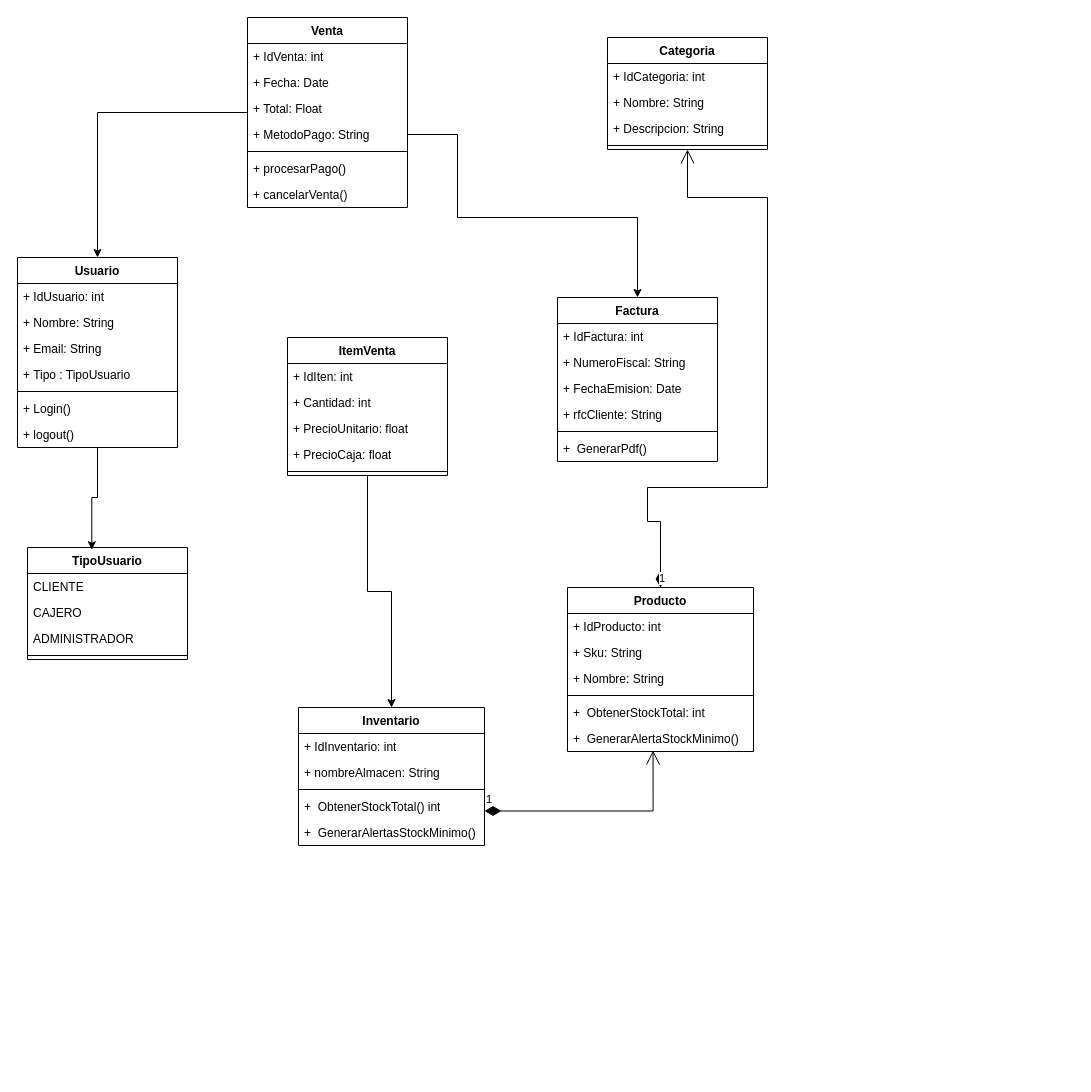
jeysonqa2001/expediente-arq-zuazo keeps this draw.io diagram as Diagrama completo/Diagrama_Tienda_Venta.drawio. Above is the earlier version. Source tidied: cells renumbered, new cells numbered last; positions are measured from the earlier drawing's top-left corner, leaving out a move shared by most shapes. Both pictures are drawn from the tidied source at 100%, with x=0, y=0 at pixel (17, 17).
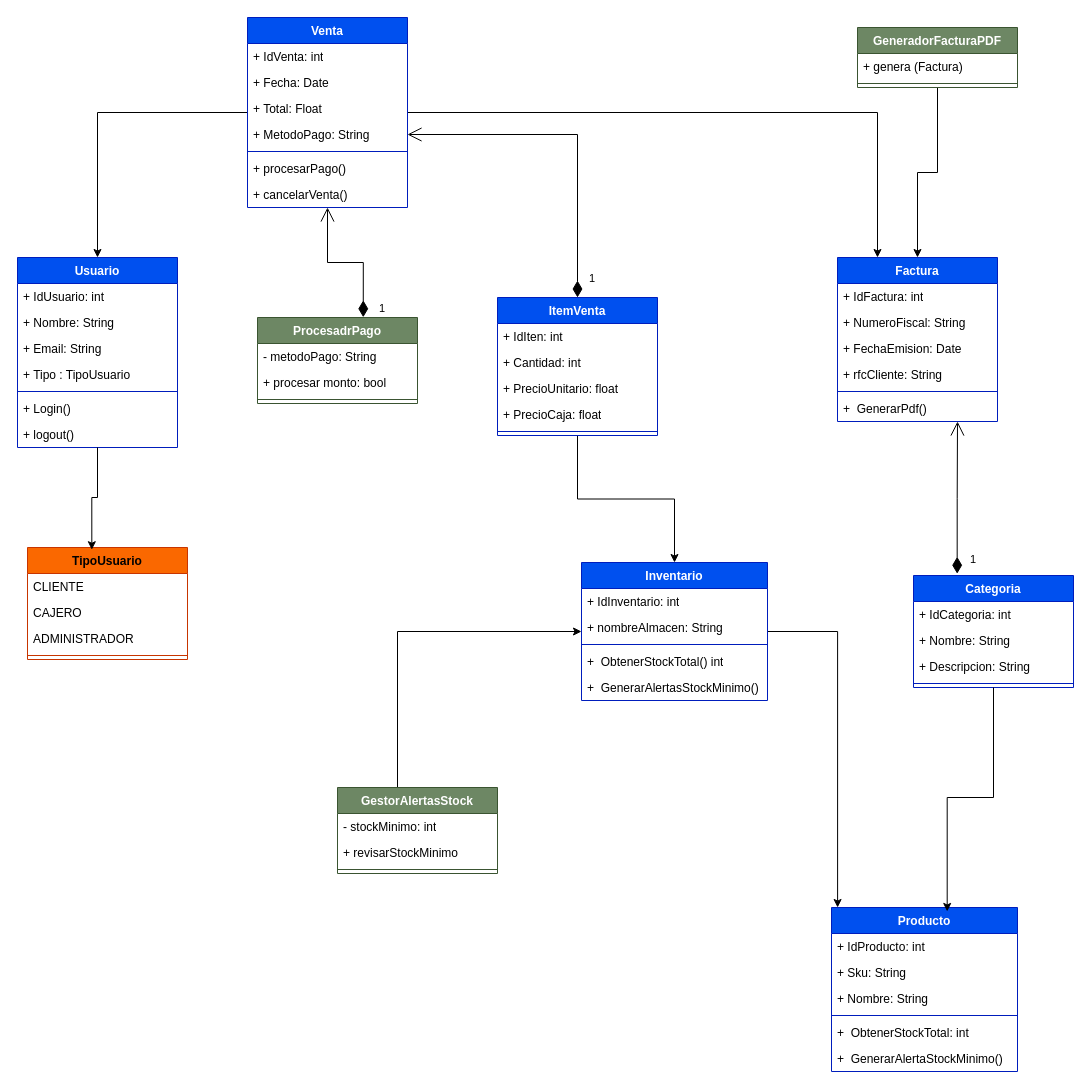
After the change.

Commit message:
Diagrama Completo, Se separo pago - alertas y generacion de pdf

The change refers to these unchanged cells:
```xml
<mxCell id="7" value="+ MetodoPago: String" style="text;strokeColor=none;fillColor=none;align=left;verticalAlign=top;spacingLeft=4;spacingRight=4;overflow=hidden;points=[[0,0.5],[1,0.5]];portConstraint=eastwest;whiteSpace=wrap;html=1;" parent="3" vertex="1">
  <mxGeometry y="104" width="160" height="26" as="geometry" />
</mxCell>
<mxCell id="50" value="+&amp;nbsp; GenerarAlertaStockMinimo()" style="text;strokeColor=none;fillColor=none;align=left;verticalAlign=top;spacingLeft=4;spacingRight=4;overflow=hidden;points=[[0,0.5],[1,0.5]];portConstraint=eastwest;whiteSpace=wrap;html=1;" parent="44" vertex="1">
  <mxGeometry y="138" width="186" height="26" as="geometry" />
</mxCell>
```

What changed in the source:
```diff
@@
+    <mxCell id="60" style="edgeStyle=orthogonalEdgeStyle;rounded=0;jettySize=auto;html=1;entryX=0.25;entryY=0;entryDx=0;entryDy=0;" parent="1" edge="1" source="3" target="31">
+      <mxGeometry relative="1" as="geometry" />
+    </mxCell>
-    <mxCell id="3" value="Venta" style="swimlane;fontStyle=1;align=center;verticalAlign=top;horizontal=1;startSize=26;whiteSpace=wrap;html=1;" parent="1" vertex="1">
+    <mxCell id="3" value="Venta" style="swimlane;fontStyle=1;align=center;verticalAlign=top;horizontal=1;startSize=26;whiteSpace=wrap;html=1;fillColor=#0050ef;fontColor=#ffffff;strokeColor=#001DBC;" parent="1" vertex="1">
       <mxGeometry x="230" width="160" height="190" as="geometry" />
     </mxCell>
@@
-    <mxCell id="11" value="Usuario" style="swimlane;fontStyle=1;align=center;verticalAlign=top;horizontal=1;startSize=26;whiteSpace=wrap;html=1;" parent="1" vertex="1">
+    <mxCell id="11" value="Usuario" style="swimlane;fontStyle=1;align=center;verticalAlign=top;horizontal=1;startSize=26;whiteSpace=wrap;html=1;fillColor=#0050ef;fontColor=#ffffff;strokeColor=#001DBC;" parent="1" vertex="1">
       <mxGeometry y="240" width="160" height="190" as="geometry" />
     </mxCell>
@@
-    <mxCell id="19" value="TipoUsuario" style="swimlane;fontStyle=1;align=center;verticalAlign=top;horizontal=1;startSize=26;whiteSpace=wrap;html=1;" parent="1" vertex="1">
+    <mxCell id="19" value="TipoUsuario" style="swimlane;fontStyle=1;align=center;verticalAlign=top;horizontal=1;startSize=26;whiteSpace=wrap;html=1;fillColor=#fa6800;fontColor=#000000;strokeColor=#C73500;" parent="1" vertex="1">
       <mxGeometry x="10" y="530" width="160" height="112" as="geometry" />
     </mxCell>
@@
-    <mxCell id="24" style="edgeStyle=orthogonalEdgeStyle;rounded=0;jettySize=auto;html=1;" parent="1" edge="1" source="25" target="38">
+    <mxCell id="24" style="edgeStyle=orthogonalEdgeStyle;rounded=0;jettySize=auto;html=1;entryX=0.5;entryY=0;entryDx=0;entryDy=0;" parent="1" edge="1" source="25" target="38">
       <mxGeometry relative="1" as="geometry" />
     </mxCell>
-    <mxCell id="25" value="ItemVenta" style="swimlane;fontStyle=1;align=center;verticalAlign=top;horizontal=1;startSize=26;whiteSpace=wrap;html=1;" parent="1" vertex="1">
-      <mxGeometry x="270" y="320" width="160" height="138" as="geometry" />
+    <mxCell id="25" value="ItemVenta" style="swimlane;fontStyle=1;align=center;verticalAlign=top;horizontal=1;startSize=26;whiteSpace=wrap;html=1;fillColor=#0050ef;fontColor=#ffffff;strokeColor=#001DBC;" parent="1" vertex="1">
+      <mxGeometry x="480" y="280" width="160" height="138" as="geometry" />
     </mxCell>
@@
-    <mxCell id="31" value="Factura" style="swimlane;fontStyle=1;align=center;verticalAlign=top;horizontal=1;startSize=26;whiteSpace=wrap;html=1;" parent="1" vertex="1">
-      <mxGeometry x="540" y="280" width="160" height="164" as="geometry" />
+    <mxCell id="31" value="Factura" style="swimlane;fontStyle=1;align=center;verticalAlign=top;horizontal=1;startSize=26;whiteSpace=wrap;html=1;fillColor=#0050ef;fontColor=#ffffff;strokeColor=#001DBC;" parent="1" vertex="1">
+      <mxGeometry x="820" y="240" width="160" height="164" as="geometry" />
     </mxCell>
@@
+    <mxCell id="61" style="edgeStyle=orthogonalEdgeStyle;rounded=0;jettySize=auto;html=1;" parent="1" edge="1" source="38" target="44">
+      <mxGeometry relative="1" as="geometry">
+        <Array as="points">
+          <mxPoint x="820.1" y="614" />
+        </Array>
+      </mxGeometry>
+    </mxCell>
-    <mxCell id="38" value="Inventario" style="swimlane;fontStyle=1;align=center;verticalAlign=top;horizontal=1;startSize=26;whiteSpace=wrap;html=1;" parent="1" vertex="1">
-      <mxGeometry x="281" y="690" width="186" height="138" as="geometry" />
+    <mxCell id="38" value="Inventario" style="swimlane;fontStyle=1;align=center;verticalAlign=top;horizontal=1;startSize=26;whiteSpace=wrap;html=1;fillColor=#0050ef;fontColor=#ffffff;strokeColor=#001DBC;" parent="1" vertex="1">
+      <mxGeometry x="564" y="545" width="186" height="138" as="geometry" />
     </mxCell>
@@
-    <mxCell id="44" value="Producto" style="swimlane;fontStyle=1;align=center;verticalAlign=top;horizontal=1;startSize=26;whiteSpace=wrap;html=1;" parent="1" vertex="1">
-      <mxGeometry x="550" y="570" width="186" height="164" as="geometry" />
+    <mxCell id="44" value="Producto" style="swimlane;fontStyle=1;align=center;verticalAlign=top;horizontal=1;startSize=26;whiteSpace=wrap;html=1;fillColor=#0050ef;fontColor=#ffffff;strokeColor=#001DBC;" parent="1" vertex="1">
+      <mxGeometry x="814" y="890" width="186" height="164" as="geometry" />
     </mxCell>
@@
-    <mxCell id="51" value="Categoria" style="swimlane;fontStyle=1;align=center;verticalAlign=top;horizontal=1;startSize=26;whiteSpace=wrap;html=1;" parent="1" vertex="1">
-      <mxGeometry x="590" y="20" width="160" height="112" as="geometry" />
+    <mxCell id="51" value="Categoria" style="swimlane;fontStyle=1;align=center;verticalAlign=top;horizontal=1;startSize=26;whiteSpace=wrap;html=1;fillColor=#0050ef;fontColor=#ffffff;strokeColor=#001DBC;" parent="1" vertex="1">
+      <mxGeometry x="896" y="558" width="160" height="112" as="geometry" />
     </mxCell>
@@
-    <mxCell id="56" style="edgeStyle=orthogonalEdgeStyle;rounded=0;jettySize=auto;html=1;entryX=0.5;entryY=0;entryDx=0;entryDy=0;" parent="1" edge="1" source="7" target="31">
-      <mxGeometry relative="1" as="geometry">
-        <Array as="points">
-          <mxPoint x="440" y="117" />
-          <mxPoint x="440" y="200" />
-          <mxPoint x="620" y="200" />
-        </Array>
-      </mxGeometry>
-    </mxCell>
@@
-    <mxCell id="58" value="1" style="endArrow=open;html=1;endSize=12;startArrow=diamondThin;startSize=14;startFill=1;edgeStyle=orthogonalEdgeStyle;align=left;verticalAlign=bottom;rounded=0;exitX=0.5;exitY=0;exitDx=0;exitDy=0;entryX=0.5;entryY=1;entryDx=0;entryDy=0;" parent="1" edge="1" source="44" target="51">
-      <mxGeometry x="-1" y="3" relative="1" as="geometry">
-        <Array as="points">
-          <mxPoint x="643" y="504" />
-          <mxPoint x="630" y="504" />
-          <mxPoint x="630" y="470" />
-          <mxPoint x="750" y="470" />
-          <mxPoint x="750" y="180" />
-          <mxPoint x="670" y="180" />
-        </Array>
-      </mxGeometry>
-    </mxCell>
-    <mxCell id="59" value="1" style="endArrow=open;html=1;endSize=12;startArrow=diamondThin;startSize=14;startFill=1;edgeStyle=orthogonalEdgeStyle;align=left;verticalAlign=bottom;rounded=0;entryX=0.46;entryY=0.962;entryDx=0;entryDy=0;entryPerimeter=0;exitX=1;exitY=0.75;exitDx=0;exitDy=0;" parent="1" edge="1" source="38" target="50">
-      <mxGeometry x="-1" y="3" relative="1" as="geometry" />
-    </mxCell>
+    <mxCell id="62" value="ProcesadrPago" style="swimlane;fontStyle=1;align=center;verticalAlign=top;horizontal=1;startSize=26;whiteSpace=wrap;html=1;fillColor=#6d8764;fontColor=#ffffff;strokeColor=#3A5431;" parent="1" vertex="1">
+      <mxGeometry x="240" y="300" width="160" height="86" as="geometry" />
+    </mxCell>
+    <mxCell id="63" value="- metodoPago: String" style="text;strokeColor=none;fillColor=none;align=left;verticalAlign=top;spacingLeft=4;spacingRight=4;overflow=hidden;whiteSpace=wrap;html=1;" parent="62" vertex="1">
+      <mxGeometry y="26" width="160" height="26" as="geometry" />
+    </mxCell>
+    <mxCell id="64" value="+ procesar monto: bool" style="text;strokeColor=none;fillColor=none;align=left;verticalAlign=top;spacingLeft=4;spacingRight=4;overflow=hidden;whiteSpace=wrap;html=1;" parent="62" vertex="1">
+      <mxGeometry y="52" width="160" height="26" as="geometry" />
+    </mxCell>
+    <mxCell id="65" style="line;strokeWidth=1;fillColor=none;align=left;verticalAlign=middle;spacingTop=-1;spacingLeft=3;spacingRight=3;labelPosition=right;strokeColor=inherit;" parent="62" vertex="1">
+      <mxGeometry y="78" width="160" height="8" as="geometry" />
+    </mxCell>
+    <mxCell id="66" style="edgeStyle=orthogonalEdgeStyle;rounded=0;jettySize=auto;html=1;" parent="1" edge="1" source="67" target="31">
+      <mxGeometry relative="1" as="geometry" />
+    </mxCell>
+    <mxCell id="67" value="GeneradorFacturaPDF" style="swimlane;fontStyle=1;align=center;verticalAlign=top;horizontal=1;startSize=26;whiteSpace=wrap;html=1;fillColor=#6d8764;fontColor=#ffffff;strokeColor=#3A5431;" parent="1" vertex="1">
+      <mxGeometry x="840" y="10" width="160" height="60" as="geometry" />
+    </mxCell>
+    <mxCell id="68" value="+ genera (Factura)" style="text;strokeColor=none;fillColor=none;align=left;verticalAlign=top;spacingLeft=4;spacingRight=4;overflow=hidden;whiteSpace=wrap;html=1;" parent="67" vertex="1">
+      <mxGeometry y="26" width="160" height="26" as="geometry" />
+    </mxCell>
+    <mxCell id="69" style="line;strokeWidth=1;fillColor=none;align=left;verticalAlign=middle;spacingTop=-1;spacingLeft=3;spacingRight=3;labelPosition=right;strokeColor=inherit;" parent="67" vertex="1">
+      <mxGeometry y="52" width="160" height="8" as="geometry" />
+    </mxCell>
+    <mxCell id="70" style="edgeStyle=orthogonalEdgeStyle;rounded=0;jettySize=auto;html=1;entryX=0;entryY=0.5;entryDx=0;entryDy=0;" parent="1" edge="1" source="71" target="38">
+      <mxGeometry relative="1" as="geometry">
+        <Array as="points">
+          <mxPoint x="380" y="614" />
+        </Array>
+      </mxGeometry>
+    </mxCell>
+    <mxCell id="71" value="GestorAlertasStock" style="swimlane;fontStyle=1;align=center;verticalAlign=top;horizontal=1;startSize=26;whiteSpace=wrap;html=1;fillColor=#6d8764;fontColor=#ffffff;strokeColor=#3A5431;" parent="1" vertex="1">
+      <mxGeometry x="320" y="770" width="160" height="86" as="geometry" />
+    </mxCell>
+    <mxCell id="72" value="- stockMinimo: int" style="text;strokeColor=none;fillColor=none;align=left;verticalAlign=top;spacingLeft=4;spacingRight=4;overflow=hidden;whiteSpace=wrap;html=1;" parent="71" vertex="1">
+      <mxGeometry y="26" width="160" height="26" as="geometry" />
+    </mxCell>
+    <mxCell id="73" value="+ revisarStockMinimo" style="text;strokeColor=none;fillColor=none;align=left;verticalAlign=top;spacingLeft=4;spacingRight=4;overflow=hidden;whiteSpace=wrap;html=1;" parent="71" vertex="1">
+      <mxGeometry y="52" width="160" height="26" as="geometry" />
+    </mxCell>
+    <mxCell id="74" style="line;strokeWidth=1;fillColor=none;align=left;verticalAlign=middle;spacingTop=-1;spacingLeft=3;spacingRight=3;labelPosition=right;strokeColor=inherit;" parent="71" vertex="1">
+      <mxGeometry y="78" width="160" height="8" as="geometry" />
+    </mxCell>
+    <mxCell id="75" style="edgeStyle=orthogonalEdgeStyle;rounded=0;jettySize=auto;html=1;entryX=0.622;entryY=0.024;entryDx=0;entryDy=0;entryPerimeter=0;" parent="1" edge="1" source="51" target="44">
+      <mxGeometry relative="1" as="geometry" />
+    </mxCell>
+    <mxCell id="76" value="1" style="endArrow=open;html=1;endSize=12;startArrow=diamondThin;startSize=14;startFill=1;edgeStyle=orthogonalEdgeStyle;align=left;verticalAlign=bottom;rounded=0;entryX=1;entryY=0.5;entryDx=0;entryDy=0;exitX=0.5;exitY=0;exitDx=0;exitDy=0;" parent="1" edge="1" source="25" target="7">
+      <mxGeometry x="-0.94" y="-10" relative="1" as="geometry" />
+    </mxCell>
+    <mxCell id="77" value="1" style="endArrow=open;html=1;endSize=12;startArrow=diamondThin;startSize=14;startFill=1;edgeStyle=orthogonalEdgeStyle;align=left;verticalAlign=bottom;rounded=0;entryX=0.5;entryY=1;entryDx=0;entryDy=0;exitX=0.661;exitY=-0.003;exitDx=0;exitDy=0;exitPerimeter=0;" parent="1" edge="1" source="62" target="3">
+      <mxGeometry x="-1" y="-14" relative="1" as="geometry" />
+    </mxCell>
+    <mxCell id="78" value="1" style="endArrow=open;html=1;endSize=12;startArrow=diamondThin;startSize=14;startFill=1;edgeStyle=orthogonalEdgeStyle;align=left;verticalAlign=bottom;rounded=0;exitX=0.273;exitY=-0.016;exitDx=0;exitDy=0;exitPerimeter=0;entryX=0.75;entryY=1;entryDx=0;entryDy=0;" parent="1" edge="1" source="51" target="31">
+      <mxGeometry x="-0.93" y="-11" relative="1" as="geometry" />
+    </mxCell>
```
